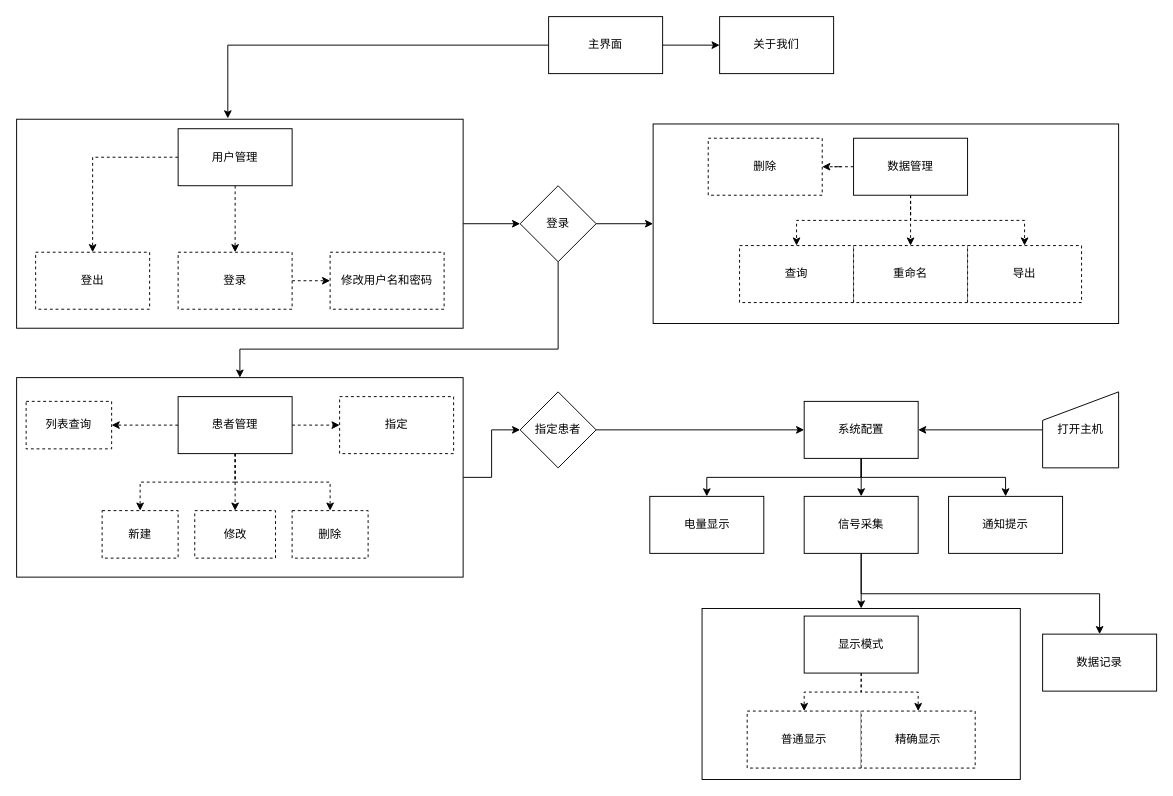
Earlier version of the draw.io diagram 概念设计-组成模块层次结构图.drawio (yz360307/draw). Source tidied: cells renumbered, new cells numbered last; positions are measured from the earlier drawing's top-left corner, leaving out a move shared by most shapes. Both pictures are drawn from the tidied source at 95%, with x=0, y=0 at pixel (16, 16).
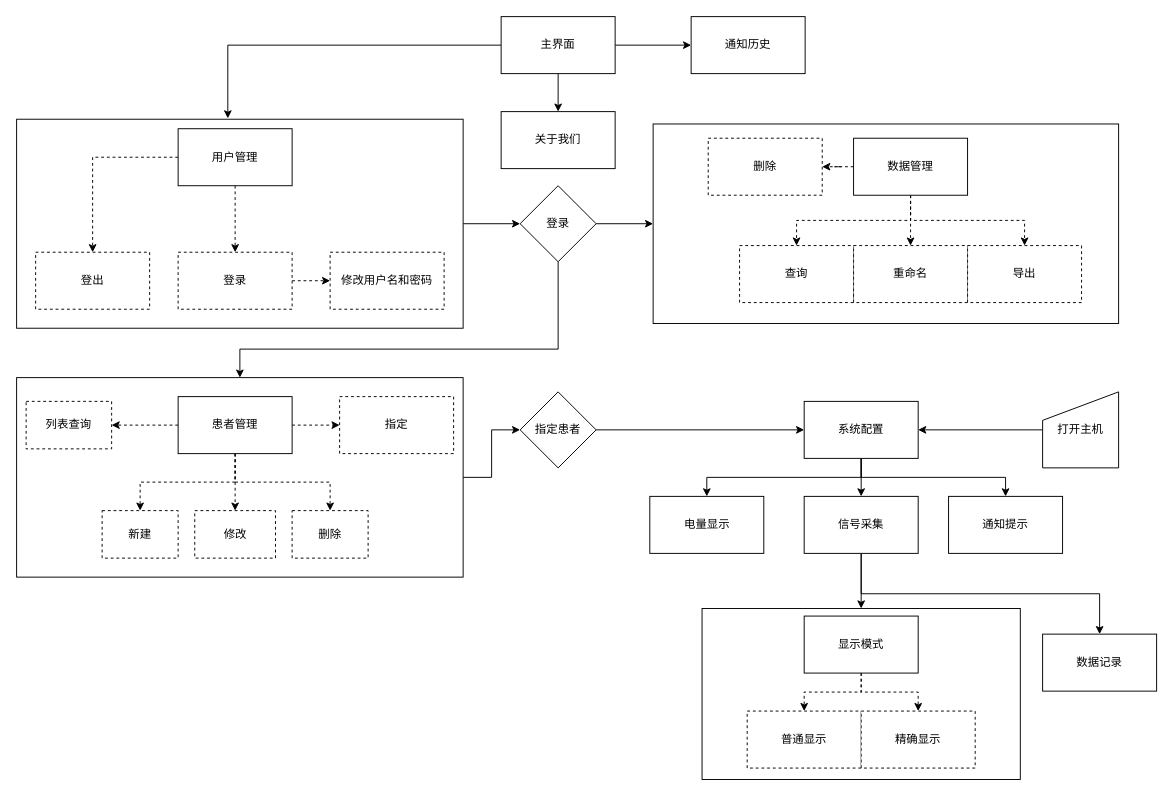
The same diagram, later.

Commit message:
更新概念设计-组成模块层次结构图.drawio

Diff of the diagram source:
```diff
@@
+    <mxCell id="61" style="edgeStyle=orthogonalEdgeStyle;rounded=0;jettySize=auto;html=1;" parent="1" edge="1" source="10" target="62">
+      <mxGeometry relative="1" as="geometry" />
+    </mxCell>
     <mxCell id="10" value="主界面" style="rounded=0;html=1;whiteSpace=wrap;" parent="1" vertex="1">
-      <mxGeometry x="560" width="120" height="60" as="geometry" />
+      <mxGeometry x="510" width="120" height="60" as="geometry" />
     </mxCell>
@@
     <mxCell id="29" value="关于我们" style="whiteSpace=wrap;html=1;rounded=0;" parent="1" vertex="1">
-      <mxGeometry x="740" width="120" height="60" as="geometry" />
+      <mxGeometry x="510" y="100" width="120" height="60" as="geometry" />
     </mxCell>
@@
+    <mxCell id="62" value="通知历史" style="whiteSpace=wrap;html=1;rounded=0;" parent="1" vertex="1">
+      <mxGeometry x="710" width="120" height="60" as="geometry" />
+    </mxCell>
```
